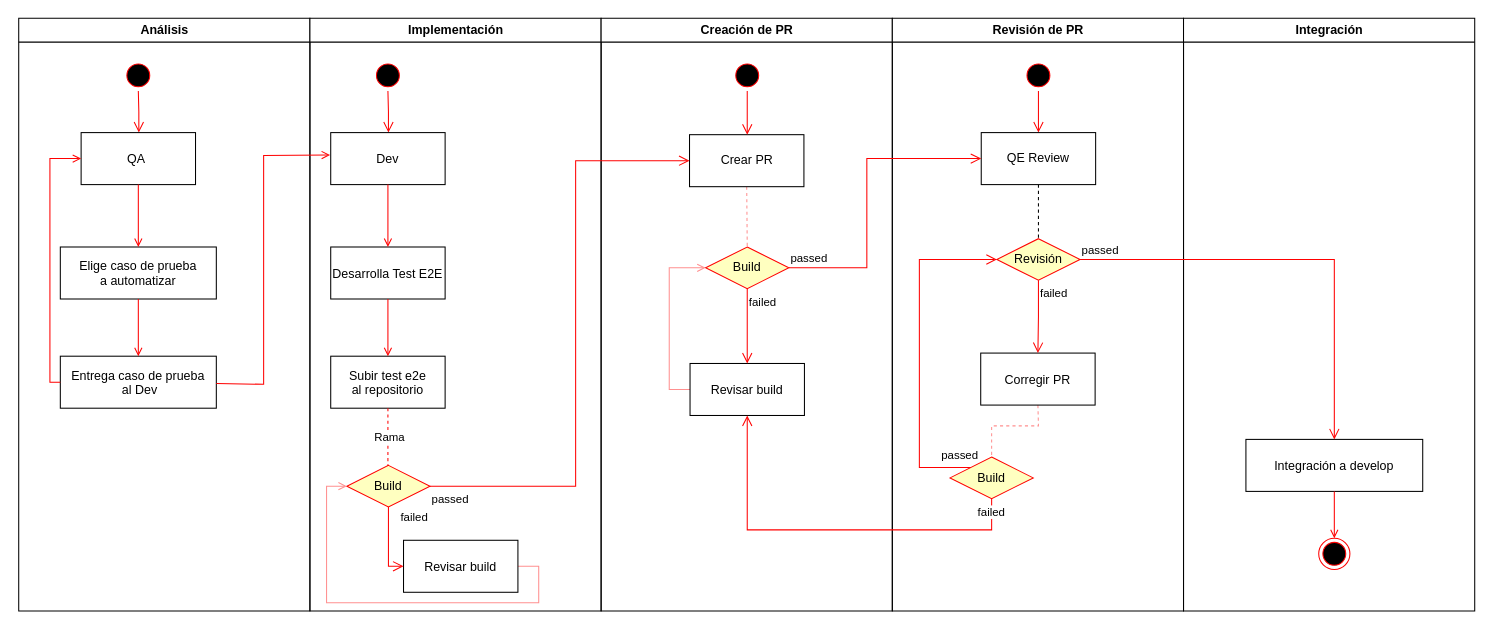
omar-sanchez/curso-git keeps this draw.io diagram as Diagrama sin título.drawio. Above is the earlier version. Source tidied: cells renumbered, new cells numbered last; positions are measured from the earlier drawing's top-left corner, leaving out a move shared by most shapes. Both pictures are drawn from the tidied source at 104%, with x=0, y=0 at pixel (18, 18).
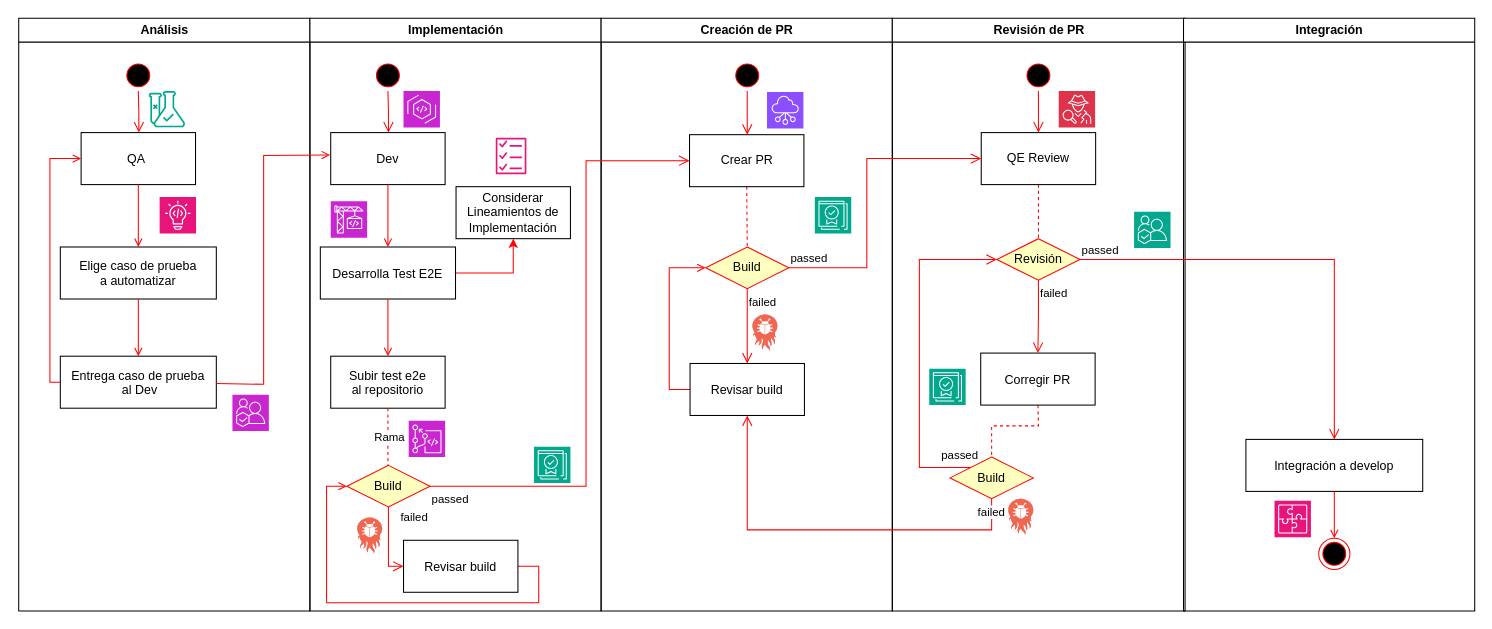
After the change.

The change refers to these unchanged cells:
```xml
<mxCell id="2" value="Análisis" style="swimlane;whiteSpace=wrap;" parent="1" vertex="1">
  <mxGeometry x="0.5" width="280" height="570" as="geometry" />
</mxCell>
<mxCell id="11" value="Implementación" style="swimlane;whiteSpace=wrap;" parent="1" vertex="1">
  <mxGeometry x="280.5" width="280" height="570" as="geometry" />
</mxCell>
<mxCell id="21" value="Build" style="rhombus;whiteSpace=wrap;html=1;fontColor=#000000;fillColor=#ffffc0;strokeColor=#ff0000;" parent="11" vertex="1">
  <mxGeometry x="35.5" y="430" width="80" height="40" as="geometry" />
</mxCell>
<mxCell id="23" value="Revisar build" parent="11" vertex="1">
  <mxGeometry x="90" y="502" width="110" height="50" as="geometry" />
</mxCell>
<mxCell id="25" value="Creación de PR" style="swimlane;whiteSpace=wrap;" parent="1" vertex="1">
  <mxGeometry x="560.5" width="280" height="570" as="geometry" />
</mxCell>
<mxCell id="27" value="Revisar build" parent="25" vertex="1">
  <mxGeometry x="85.5" y="332" width="110" height="50" as="geometry" />
</mxCell>
<mxCell id="29" value="Crear PR" style="html=1;whiteSpace=wrap;" parent="25" vertex="1">
  <mxGeometry x="85" y="112" width="110" height="50" as="geometry" />
</mxCell>
<mxCell id="32" value="Build" style="rhombus;whiteSpace=wrap;html=1;fontColor=#000000;fillColor=#ffffc0;strokeColor=#ff0000;" parent="25" vertex="1">
  <mxGeometry x="100.5" y="220" width="80" height="40" as="geometry" />
</mxCell>
<mxCell id="37" value="Corregir PR" parent="35" vertex="1">
  <mxGeometry x="85" y="322" width="110" height="50" as="geometry" />
</mxCell>
<mxCell id="41" value="QE Review" style="html=1;whiteSpace=wrap;" parent="35" vertex="1">
  <mxGeometry x="85.5" y="110" width="110" height="50" as="geometry" />
</mxCell>
<mxCell id="42" value="Revisión" style="rhombus;whiteSpace=wrap;html=1;fontColor=#000000;fillColor=#ffffc0;strokeColor=#ff0000;" parent="35" vertex="1">
  <mxGeometry x="100.5" y="212" width="80" height="40" as="geometry" />
</mxCell>
<mxCell id="44" value="Build" style="rhombus;whiteSpace=wrap;html=1;fontColor=#000000;fillColor=#ffffc0;strokeColor=#ff0000;" parent="35" vertex="1">
  <mxGeometry x="55.5" y="422" width="80" height="40" as="geometry" />
</mxCell>
<mxCell id="46" value="Integración" style="swimlane;whiteSpace=wrap;" parent="1" vertex="1">
  <mxGeometry x="1120.5" width="280" height="570" as="geometry" />
</mxCell>
```

What changed in the source:
```diff
@@
+    <mxCell id="54" style="sketch=0;fontColor=#232F3E;gradientColor=none;fillColor=#01A88D;strokeColor=none;dashed=0;verticalLabelPosition=bottom;verticalAlign=top;align=center;html=1;fontSize=12;fontStyle=0;shape=mxgraph.aws4.sagemaker_shadow_testing;" parent="2" vertex="1">
+      <mxGeometry x="125" y="70" width="35" height="35" as="geometry" />
+    </mxCell>
+    <mxCell id="55" style="sketch=0;fontColor=#232F3E;fillColor=#C925D1;strokeColor=#ffffff;dashed=0;verticalLabelPosition=bottom;verticalAlign=top;align=center;html=1;fontSize=12;fontStyle=0;shape=mxgraph.aws4.resourceIcon;resIcon=mxgraph.aws4.iq;" parent="2" vertex="1">
+      <mxGeometry x="205.5" y="362" width="35" height="35" as="geometry" />
+    </mxCell>
+    <mxCell id="56" style="sketch=0;fontColor=#232F3E;fillColor=#E7157B;strokeColor=#ffffff;dashed=0;verticalLabelPosition=bottom;verticalAlign=top;align=center;html=1;fontSize=12;fontStyle=0;shape=mxgraph.aws4.resourceIcon;resIcon=mxgraph.aws4.codeguru;" parent="2" vertex="1">
+      <mxGeometry x="135.5" y="172" width="35" height="35" as="geometry" />
+    </mxCell>
@@
+    <mxCell id="57" style="edgeStyle=orthogonalEdgeStyle;rounded=0;jettySize=auto;html=1;exitX=1;exitY=0.5;exitDx=0;exitDy=0;entryX=0.5;entryY=1;entryDx=0;entryDy=0;strokeColor=#FF0000;" parent="11" edge="1" source="15" target="58">
+      <mxGeometry relative="1" as="geometry" />
+    </mxCell>
     <mxCell id="15" value="Desarrolla Test E2E" parent="11" vertex="1">
-      <mxGeometry x="20" y="220" width="110" height="50" as="geometry" />
+      <mxGeometry x="10" y="220" width="130" height="50" as="geometry" />
     </mxCell>
@@
-    <mxCell id="22" style="edgeStyle=orthogonalEdgeStyle;rounded=0;jettySize=auto;html=1;exitX=1;exitY=0.5;exitDx=0;exitDy=0;entryX=0;entryY=0.5;entryDx=0;entryDy=0;endArrow=open;endFill=0;strokeColor=light-dark(#FF9090,#FF9090);" parent="11" edge="1" source="23" target="21">
+    <mxCell id="22" style="edgeStyle=orthogonalEdgeStyle;rounded=0;jettySize=auto;html=1;exitX=1;exitY=0.5;exitDx=0;exitDy=0;entryX=0;entryY=0.5;entryDx=0;entryDy=0;endArrow=open;endFill=0;strokeColor=light-dark(#FF0000,#FF9090);" parent="11" edge="1" source="23" target="21">
       <mxGeometry relative="1" as="geometry">
         <Array as="points">
           <mxPoint x="220" y="527" />
           <mxPoint x="220" y="562" />
           <mxPoint x="16" y="562" />
           <mxPoint x="16" y="450" />
         </Array>
       </mxGeometry>
     </mxCell>
@@
+    <mxCell id="58" value="Considerar Lineamientos de Implementación" style="html=1;whiteSpace=wrap;" parent="11" vertex="1">
+      <mxGeometry x="140.5" y="162" width="110" height="50" as="geometry" />
+    </mxCell>
+    <mxCell id="59" style="sketch=0;fontColor=#232F3E;fillColor=#C925D1;strokeColor=#ffffff;dashed=0;verticalLabelPosition=bottom;verticalAlign=top;align=center;html=1;fontSize=12;fontStyle=0;shape=mxgraph.aws4.resourceIcon;resIcon=mxgraph.aws4.codeartifact;" parent="11" vertex="1">
+      <mxGeometry x="90" y="70" width="35" height="35" as="geometry" />
+    </mxCell>
+    <mxCell id="60" style="sketch=0;fontColor=#232F3E;fillColor=#C925D1;strokeColor=#ffffff;dashed=0;verticalLabelPosition=bottom;verticalAlign=top;align=center;html=1;fontSize=12;fontStyle=0;shape=mxgraph.aws4.resourceIcon;resIcon=mxgraph.aws4.codecommit;" parent="11" vertex="1">
+      <mxGeometry x="95" y="387" width="35" height="35" as="geometry" />
+    </mxCell>
+    <mxCell id="61" style="sketch=0;fontColor=#232F3E;fillColor=#C925D1;strokeColor=#ffffff;dashed=0;verticalLabelPosition=bottom;verticalAlign=top;align=center;html=1;fontSize=12;fontStyle=0;shape=mxgraph.aws4.resourceIcon;resIcon=mxgraph.aws4.codebuild;" parent="11" vertex="1">
+      <mxGeometry x="20" y="176" width="35" height="35" as="geometry" />
+    </mxCell>
+    <mxCell id="62" style="sketch=0;fontColor=#232F3E;gradientColor=none;fillColor=#E7157B;strokeColor=none;dashed=0;verticalLabelPosition=bottom;verticalAlign=top;align=center;html=1;fontSize=12;fontStyle=0;shape=mxgraph.aws4.checklist;" parent="11" vertex="1">
+      <mxGeometry x="178.6" y="115" width="29.6" height="35" as="geometry" />
+    </mxCell>
+    <mxCell id="63" style="verticalLabelPosition=bottom;sketch=0;html=1;fillColor=#F06650;strokeColor=#ffffff;verticalAlign=top;align=center;shape=mxgraph.cisco_safe.compositeIcon;bgIcon=threat2;resIcon=mxgraph.cisco_safe.threat.threat_b7;" parent="11" vertex="1">
+      <mxGeometry x="45.5" y="480" width="24" height="35" as="geometry" />
+    </mxCell>
+    <mxCell id="64" style="sketch=0;fontColor=#232F3E;fillColor=light-dark(#01A88D,#01A88D);strokeColor=#ffffff;dashed=0;verticalLabelPosition=bottom;verticalAlign=top;align=center;html=1;fontSize=12;fontStyle=0;shape=mxgraph.aws4.resourceIcon;resIcon=mxgraph.aws4.private_certificate_authority;" parent="11" vertex="1">
+      <mxGeometry x="215.5" y="412" width="35" height="35" as="geometry" />
+    </mxCell>
@@
-    <mxCell id="26" style="edgeStyle=orthogonalEdgeStyle;rounded=0;jettySize=auto;html=1;exitX=0;exitY=0.5;exitDx=0;exitDy=0;entryX=0;entryY=0.5;entryDx=0;entryDy=0;strokeColor=light-dark(#FF9090,#FF9090);endArrow=open;endFill=0;" parent="25" edge="1" source="27" target="32">
+    <mxCell id="26" style="edgeStyle=orthogonalEdgeStyle;rounded=0;jettySize=auto;html=1;exitX=0;exitY=0.5;exitDx=0;exitDy=0;entryX=0;entryY=0.5;entryDx=0;entryDy=0;strokeColor=light-dark(#FF0000,#FF9090);endArrow=open;endFill=0;" parent="25" edge="1" source="27" target="32">
       <mxGeometry relative="1" as="geometry" />
     </mxCell>
@@
-    <mxCell id="28" style="rounded=0;jettySize=auto;html=1;exitX=0.5;exitY=1;exitDx=0;exitDy=0;entryX=0.5;entryY=0;entryDx=0;entryDy=0;endArrow=none;endFill=0;strokeColor=light-dark(#FF9090,#FF9090);dashed=1;startFill=0;" parent="25" edge="1" source="29" target="32">
+    <mxCell id="28" style="rounded=0;jettySize=auto;html=1;exitX=0.5;exitY=1;exitDx=0;exitDy=0;entryX=0.5;entryY=0;entryDx=0;entryDy=0;endArrow=none;endFill=0;strokeColor=light-dark(#FF0000,#FF9090);dashed=1;startFill=0;" parent="25" edge="1" source="29" target="32">
       <mxGeometry relative="1" as="geometry" />
     </mxCell>
@@
+    <mxCell id="65" style="sketch=0;fontColor=#232F3E;fillColor=#8C4FFF;strokeColor=#ffffff;dashed=0;verticalLabelPosition=bottom;verticalAlign=top;align=center;html=1;fontSize=12;fontStyle=0;shape=mxgraph.aws4.resourceIcon;resIcon=mxgraph.aws4.networking_and_content_delivery;" parent="25" vertex="1">
+      <mxGeometry x="159.5" y="71" width="35" height="35" as="geometry" />
+    </mxCell>
+    <mxCell id="66" style="verticalLabelPosition=bottom;sketch=0;html=1;fillColor=#F06650;strokeColor=#ffffff;verticalAlign=top;align=center;shape=mxgraph.cisco_safe.compositeIcon;bgIcon=threat2;resIcon=mxgraph.cisco_safe.threat.threat_b7;" parent="25" vertex="1">
+      <mxGeometry x="145.5" y="285" width="24" height="35" as="geometry" />
+    </mxCell>
+    <mxCell id="67" style="sketch=0;fontColor=#232F3E;fillColor=light-dark(#01A88D,#01A88D);strokeColor=#ffffff;dashed=0;verticalLabelPosition=bottom;verticalAlign=top;align=center;html=1;fontSize=12;fontStyle=0;shape=mxgraph.aws4.resourceIcon;resIcon=mxgraph.aws4.private_certificate_authority;" parent="25" vertex="1">
+      <mxGeometry x="205.5" y="172" width="35" height="35" as="geometry" />
+    </mxCell>
@@
     <mxCell id="35" value="Revisión de PR" style="swimlane;whiteSpace=wrap;" parent="1" vertex="1">
-      <mxGeometry x="840.5" width="280" height="570" as="geometry" />
+      <mxGeometry x="840.5" width="281.5" height="570" as="geometry" />
     </mxCell>
-    <mxCell id="36" style="rounded=0;jettySize=auto;html=1;exitX=0.5;exitY=1;exitDx=0;exitDy=0;entryX=0.5;entryY=0;entryDx=0;entryDy=0;dashed=1;endArrow=none;startFill=0;strokeColor=light-dark(#FF9090,#FF9090);" parent="35" edge="1" source="37" target="44">
+    <mxCell id="36" style="rounded=0;jettySize=auto;html=1;exitX=0.5;exitY=1;exitDx=0;exitDy=0;entryX=0.5;entryY=0;entryDx=0;entryDy=0;dashed=1;endArrow=none;startFill=0;strokeColor=light-dark(#FF0000,#FF9090);" parent="35" edge="1" source="37" target="44">
       <mxGeometry relative="1" as="geometry">
         <Array as="points">
           <mxPoint x="140.5" y="392" />
           <mxPoint x="95.5" y="392" />
         </Array>
       </mxGeometry>
     </mxCell>
@@
-    <mxCell id="40" style="edgeStyle=orthogonalEdgeStyle;rounded=0;jettySize=auto;html=1;exitX=0.5;exitY=1;exitDx=0;exitDy=0;entryX=0.5;entryY=0;entryDx=0;entryDy=0;strokeColor=light-dark(#000000,#FF9090);endArrow=none;endFill=0;dashed=1;startFill=0;" parent="35" edge="1" source="41" target="42">
+    <mxCell id="40" style="edgeStyle=orthogonalEdgeStyle;rounded=0;jettySize=auto;html=1;exitX=0.5;exitY=1;exitDx=0;exitDy=0;entryX=0.5;entryY=0;entryDx=0;entryDy=0;strokeColor=light-dark(#FF0000,#FF9090);endArrow=none;endFill=0;dashed=1;startFill=0;" parent="35" edge="1" source="41" target="42">
       <mxGeometry relative="1" as="geometry" />
     </mxCell>
@@
+    <mxCell id="68" style="sketch=0;fontColor=#232F3E;fillColor=light-dark(#01A88D,#01A88D);strokeColor=#ffffff;dashed=0;verticalLabelPosition=bottom;verticalAlign=top;align=center;html=1;fontSize=12;fontStyle=0;shape=mxgraph.aws4.resourceIcon;resIcon=mxgraph.aws4.iq;" parent="35" vertex="1">
+      <mxGeometry x="232.5" y="186" width="35" height="35" as="geometry" />
+    </mxCell>
+    <mxCell id="69" style="sketch=0;fontColor=#232F3E;fillColor=#DD344C;strokeColor=#ffffff;dashed=0;verticalLabelPosition=bottom;verticalAlign=top;align=center;html=1;fontSize=12;fontStyle=0;shape=mxgraph.aws4.resourceIcon;resIcon=mxgraph.aws4.detective;" parent="35" vertex="1">
+      <mxGeometry x="160" y="70" width="35" height="35" as="geometry" />
+    </mxCell>
+    <mxCell id="70" style="verticalLabelPosition=bottom;sketch=0;html=1;fillColor=#F06650;strokeColor=#ffffff;verticalAlign=top;align=center;shape=mxgraph.cisco_safe.compositeIcon;bgIcon=threat2;resIcon=mxgraph.cisco_safe.threat.threat_b7;" parent="35" vertex="1">
+      <mxGeometry x="111.5" y="462" width="24" height="35" as="geometry" />
+    </mxCell>
+    <mxCell id="71" style="sketch=0;fontColor=#232F3E;fillColor=light-dark(#01A88D,#01A88D);strokeColor=#ffffff;dashed=0;verticalLabelPosition=bottom;verticalAlign=top;align=center;html=1;fontSize=12;fontStyle=0;shape=mxgraph.aws4.resourceIcon;resIcon=mxgraph.aws4.private_certificate_authority;" parent="35" vertex="1">
+      <mxGeometry x="35.5" y="337" width="35" height="35" as="geometry" />
+    </mxCell>
@@
+    <mxCell id="72" style="sketch=0;fontColor=#232F3E;fillColor=#E7157B;strokeColor=#ffffff;dashed=0;verticalLabelPosition=bottom;verticalAlign=top;align=center;html=1;fontSize=12;fontStyle=0;shape=mxgraph.aws4.resourceIcon;resIcon=mxgraph.aws4.application_integration;" parent="46" vertex="1">
+      <mxGeometry x="87.5" y="464" width="35" height="35" as="geometry" />
+    </mxCell>
     <mxCell id="50" value="passed" style="edgeStyle=orthogonalEdgeStyle;html=1;align=left;verticalAlign=top;endArrow=open;endSize=8;strokeColor=#ff0000;rounded=0;entryX=0;entryY=0.5;entryDx=0;entryDy=0;" parent="1" edge="1" source="21" target="29">
       <mxGeometry x="-1" relative="1" as="geometry">
         <Array as="points">
-          <mxPoint x="536" y="450" />
-          <mxPoint x="536" y="137" />
+          <mxPoint x="546" y="450" />
+          <mxPoint x="546" y="137" />
         </Array>
       </mxGeometry>
     </mxCell>
```
